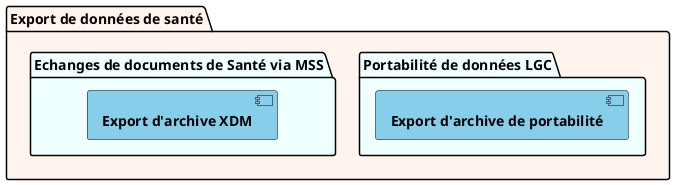
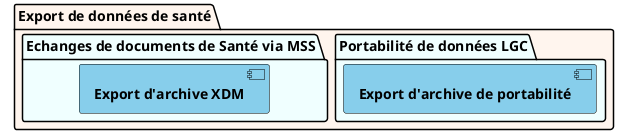
@startuml DiagrammePaquetage
+ !pragma layout smetana

hide stereotype

skinparam component {
  BorderColor black
  BackgroundColor #SkyBlue
  FontStyle bold
}

package "Export de données de santé" #Seashell   {
        package "Portabilité de données LGC" #Azure {
          component "Export d'archive de portabilité" [[specification.html{Voir les spécifications}]]
        }
        package "Echanges de documents de Santé via MSS" #Azure {
          component "Export d'archive XDM" [[https://esante.gouv.fr/volet-echange-de-documents-de-sante{Voir les spécifications}]]
        }
}

@enduml